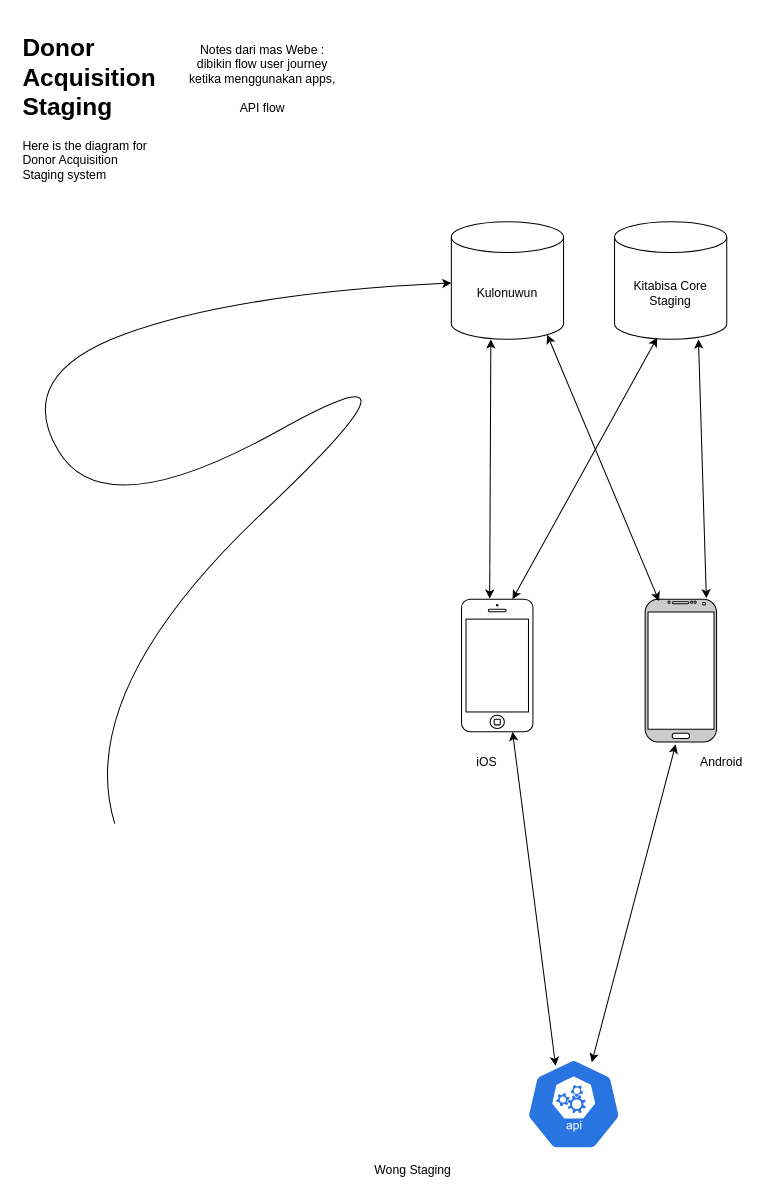
Before: page "BAYU" (3 of 3) of KTBS-DAS-System-Diagram.drawio in WisnuBramantyo/KTBS-Testing, a draw.io diagram. Source tidied: cells renumbered, new cells numbered last; positions are measured from the earlier drawing's top-left corner, leaving out a move shared by most shapes. Both pictures are drawn from the tidied source at 102%, with x=0, y=0 at pixel (12, 17).
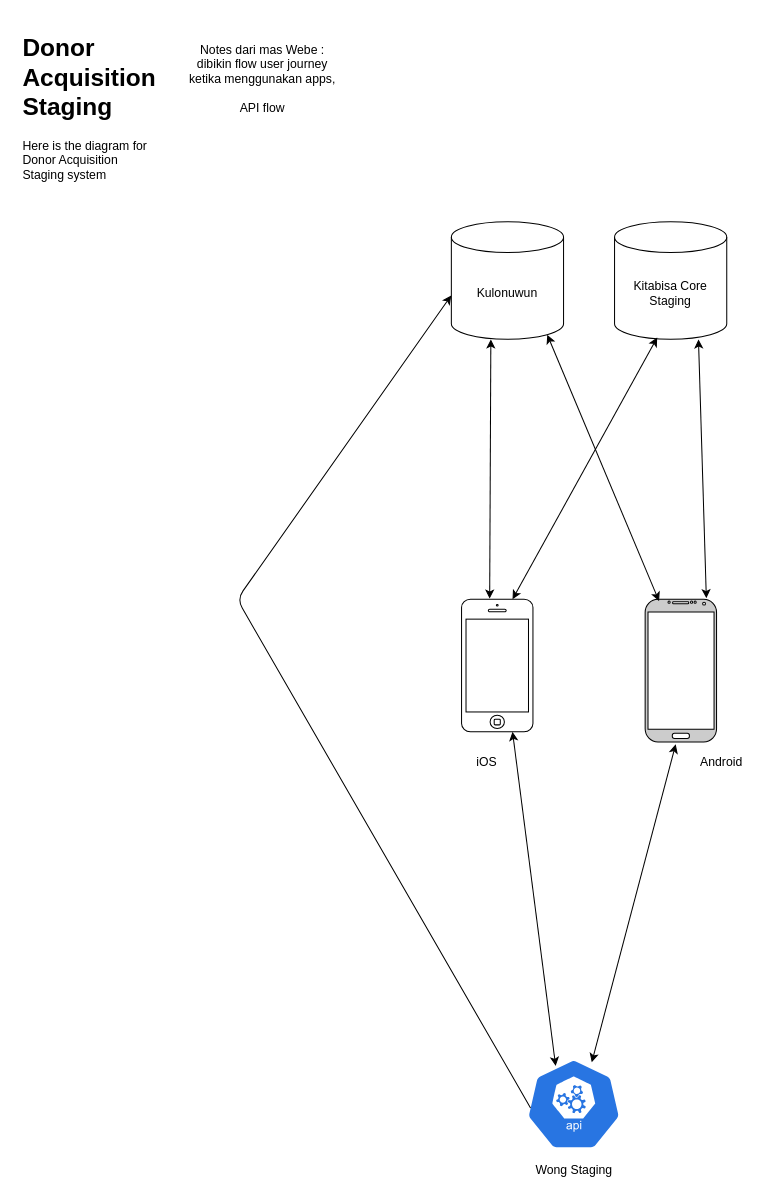
After the change.

Commit message:
Update KTBS-DAS-System-Diagram.drawio Bayu task

The change refers to these unchanged cells:
```xml
<mxCell id="2" value="Kulonuwun" style="shape=cylinder3;whiteSpace=wrap;html=1;boundedLbl=1;backgroundOutline=1;size=15;" parent="1" vertex="1">
  <mxGeometry x="430" y="200" width="110" height="115" as="geometry" />
</mxCell>
<mxCell id="14" style="html=1;dashed=0;whitespace=wrap;fillColor=#2875E2;strokeColor=#ffffff;points=[[0.005,0.63,0],[0.1,0.2,0],[0.9,0.2,0],[0.5,0,0],[0.995,0.63,0],[0.72,0.99,0],[0.5,1,0],[0.28,0.99,0]];shape=mxgraph.kubernetes.icon;prIcon=api;" parent="1" vertex="1">
  <mxGeometry x="490" y="1020" width="120" height="90" as="geometry" />
</mxCell>
```

Change to the diagram source:
```diff
@@
     <mxCell id="15" value="Wong Staging" style="text;html=1;strokeColor=none;fillColor=none;align=center;verticalAlign=middle;whiteSpace=wrap;rounded=0;" parent="1" vertex="1">
-      <mxGeometry x="345" y="1120" width="95" height="20" as="geometry" />
+      <mxGeometry x="502.5" y="1120" width="95" height="20" as="geometry" />
     </mxCell>
@@
-    <mxCell id="18" style="curved=1;endArrow=classic;html=1;strokeColor=#000000;" parent="1" edge="1">
-      <mxGeometry relative="1" as="geometry">
-        <mxPoint x="100" y="790" as="sourcePoint" />
-        <mxPoint x="430" y="260" as="targetPoint" />
-        <Array as="points">
-          <mxPoint x="60" y="660" />
-          <mxPoint x="430" y="310" />
-          <mxPoint x="90" y="500" />
-          <mxPoint y="350" />
-          <mxPoint x="220" y="270" />
-        </Array>
-      </mxGeometry>
-    </mxCell>
+    <mxCell id="19" style="endArrow=classic;html=1;strokeColor=#000000;exitX=0.147;exitY=0.541;exitDx=0;exitDy=0;exitPerimeter=0;entryX=-0.001;entryY=0.628;entryDx=0;entryDy=0;entryPerimeter=0;" parent="1" edge="1" source="14" target="2">
+      <mxGeometry relative="1" as="geometry">
+        <Array as="points">
+          <mxPoint x="220" y="570" />
+        </Array>
+      </mxGeometry>
+    </mxCell>
```
